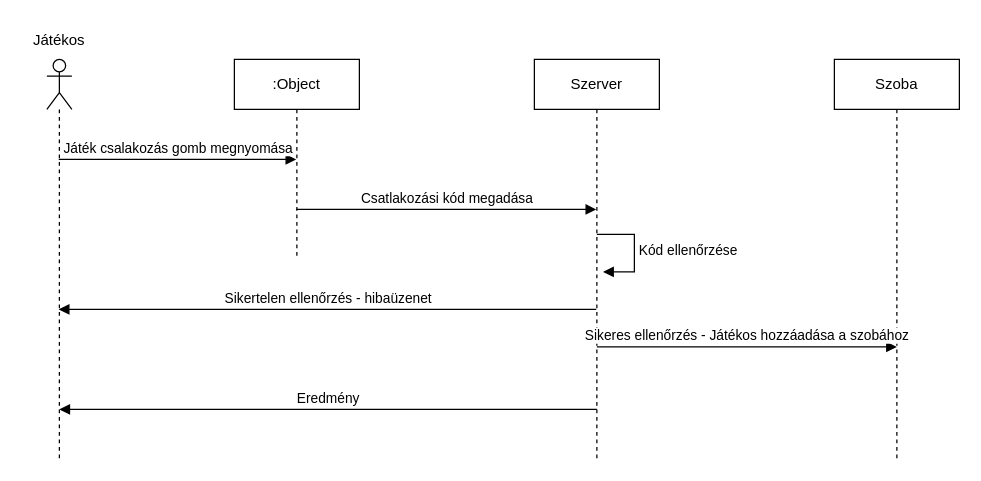
Earlier version of the draw.io diagram page "Csatlakozás" (7 of 9) of Szakdoga.drawio (laszlosimon98/strategy-game). Source tidied: cells renumbered, new cells numbered last; positions are measured from the earlier drawing's top-left corner, leaving out a move shared by most shapes. Both pictures are drawn from the tidied source at 125%, with x=0, y=0 at pixel (21, 21).
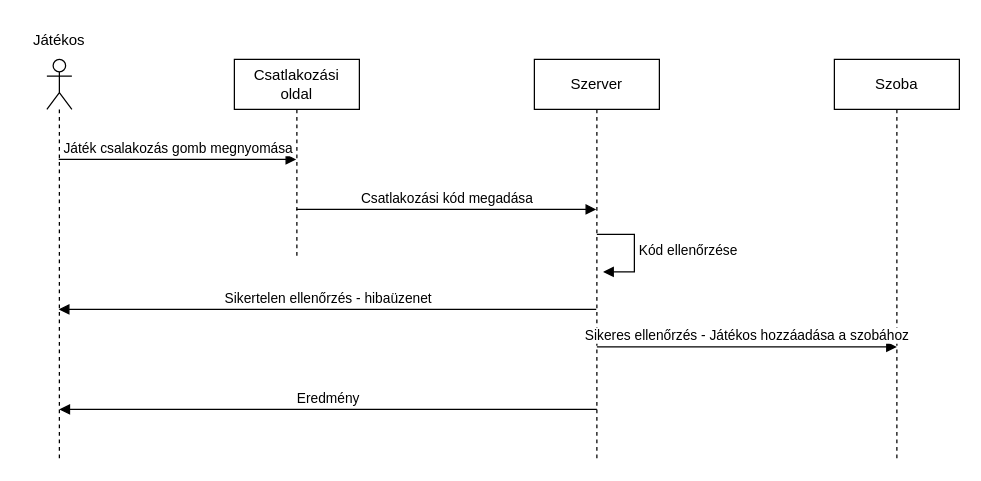
After the change.

Diff of the diagram source:
```diff
@@
 <mxGraphModel>
   <root>
     <mxCell id="0" />
     <mxCell id="1" parent="0" />
     <mxCell id="2" value="Játék csalakozás gomb megnyomása" style="html=1;verticalAlign=bottom;endArrow=block;curved=0;rounded=0;" parent="1" edge="1">
       <mxGeometry relative="1" as="geometry">
         <mxPoint x="29.5" y="110" as="sourcePoint" />
         <mxPoint x="219.5" y="110" as="targetPoint" />
       </mxGeometry>
     </mxCell>
     <mxCell id="3" style="shape=umlLifeline;perimeter=lifelinePerimeter;whiteSpace=wrap;html=1;newEdgeStyle={&quot;curved&quot;:0,&quot;rounded&quot;:0};participant=umlActor;" parent="1" vertex="1">
       <mxGeometry x="20" y="30" width="20" height="320" as="geometry" />
     </mxCell>
     <mxCell id="4" value="Szerver" style="shape=umlLifeline;perimeter=lifelinePerimeter;whiteSpace=wrap;html=1;newEdgeStyle={&quot;curved&quot;:0,&quot;rounded&quot;:0};" parent="1" vertex="1">
       <mxGeometry x="410" y="30" width="100" height="320" as="geometry" />
     </mxCell>
     <mxCell id="5" value="Szoba" style="shape=umlLifeline;perimeter=lifelinePerimeter;whiteSpace=wrap;html=1;newEdgeStyle={&quot;curved&quot;:0,&quot;rounded&quot;:0};" parent="1" vertex="1">
       <mxGeometry x="650" y="30" width="100" height="320" as="geometry" />
     </mxCell>
     <mxCell id="6" value="Sikertelen ellenőrzés - hibaüzenet" style="html=1;verticalAlign=bottom;endArrow=block;curved=0;rounded=0;" parent="1" edge="1">
       <mxGeometry relative="1" as="geometry">
         <mxPoint x="459.5" y="230" as="sourcePoint" />
         <mxPoint x="29.5" y="230" as="targetPoint" />
       </mxGeometry>
     </mxCell>
     <mxCell id="7" value="Kód ellenőrzése" style="html=1;align=left;spacingLeft=2;endArrow=block;rounded=0;edgeStyle=orthogonalEdgeStyle;curved=0;rounded=0;" parent="1" edge="1">
       <mxGeometry relative="1" as="geometry">
         <mxPoint x="460" y="170" as="sourcePoint" />
         <mxPoint x="465" y="200" as="targetPoint" />
         <Array as="points">
           <mxPoint x="490" y="200" />
         </Array>
       </mxGeometry>
     </mxCell>
-    <mxCell id="8" value=":Object" style="shape=umlLifeline;perimeter=lifelinePerimeter;whiteSpace=wrap;html=1;newEdgeStyle={&quot;curved&quot;:0,&quot;rounded&quot;:0};" parent="1" vertex="1">
+    <mxCell id="8" value="Csatlakozási&lt;div&gt;oldal&lt;/div&gt;" style="shape=umlLifeline;perimeter=lifelinePerimeter;whiteSpace=wrap;html=1;newEdgeStyle={&quot;curved&quot;:0,&quot;rounded&quot;:0};" parent="1" vertex="1">
       <mxGeometry x="170" y="30" width="100" height="160" as="geometry" />
     </mxCell>
     <mxCell id="9" value="Csatlakozási kód megadása" style="html=1;verticalAlign=bottom;endArrow=block;curved=0;rounded=0;" parent="1" edge="1">
       <mxGeometry relative="1" as="geometry">
         <mxPoint x="219.5" y="150" as="sourcePoint" />
         <mxPoint x="459.5" y="150" as="targetPoint" />
       </mxGeometry>
     </mxCell>
     <mxCell id="10" value="Sikeres ellenőrzés - Játékos hozzáadása a szobához" style="html=1;verticalAlign=bottom;endArrow=block;curved=0;rounded=0;" parent="1" edge="1">
       <mxGeometry relative="1" as="geometry">
         <mxPoint x="460" y="260" as="sourcePoint" />
         <mxPoint x="700" y="260" as="targetPoint" />
       </mxGeometry>
     </mxCell>
     <mxCell id="11" value="Eredmény" style="html=1;verticalAlign=bottom;endArrow=block;curved=0;rounded=0;" parent="1" edge="1">
       <mxGeometry relative="1" as="geometry">
         <mxPoint x="460" y="310" as="sourcePoint" />
         <mxPoint x="30" y="310" as="targetPoint" />
       </mxGeometry>
     </mxCell>
     <mxCell id="12" value="Játékos" style="text;html=1;align=center;verticalAlign=middle;whiteSpace=wrap;rounded=0;" parent="1" vertex="1">
       <mxGeometry width="60" height="30" as="geometry" />
     </mxCell>
   </root>
 </mxGraphModel>
```
